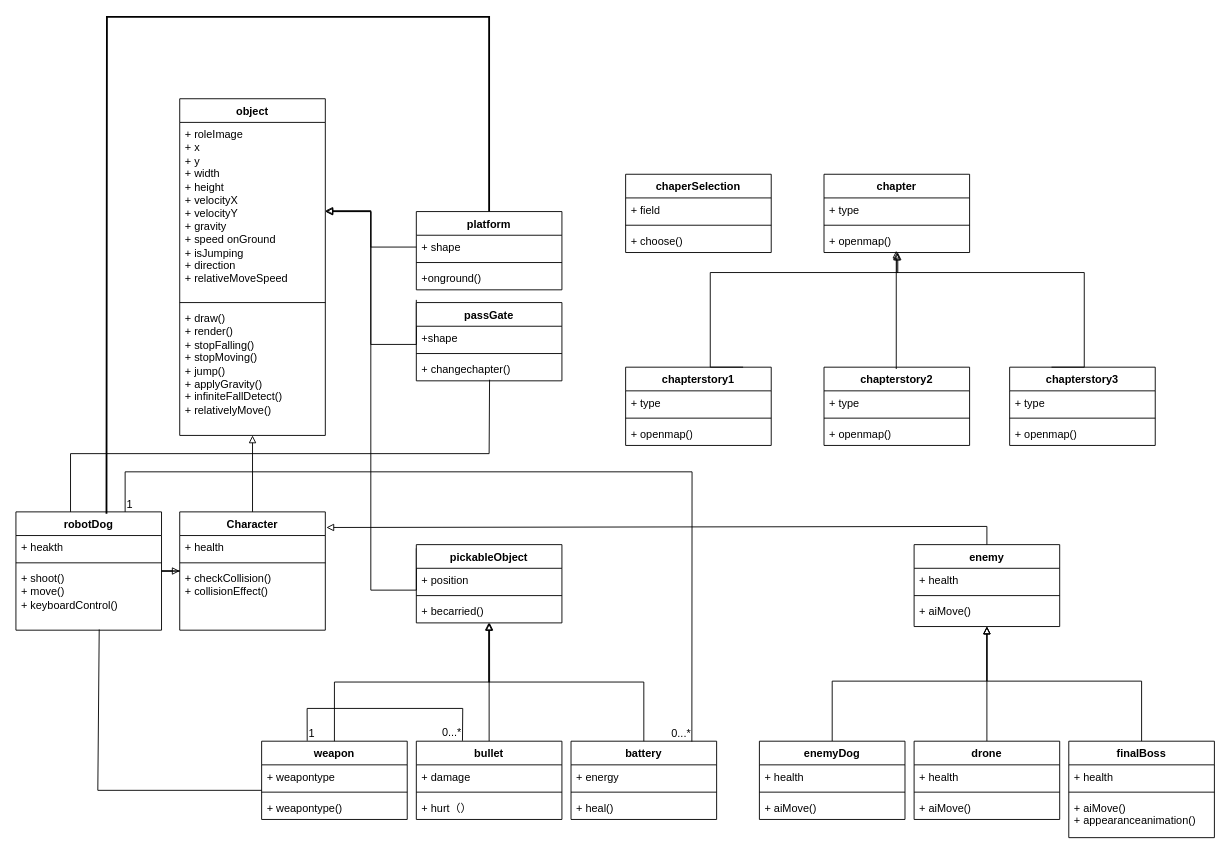
Above: miscellaneous/UML.drawio in UoB-COMSM0166/2025-group-8 (draw.io), before the change. Source tidied: cells renumbered, new cells numbered last; positions are measured from the earlier drawing's top-left corner, leaving out a move shared by most shapes. Both pictures are drawn from the tidied source at 91%, with x=0, y=0 at pixel (15, 16).
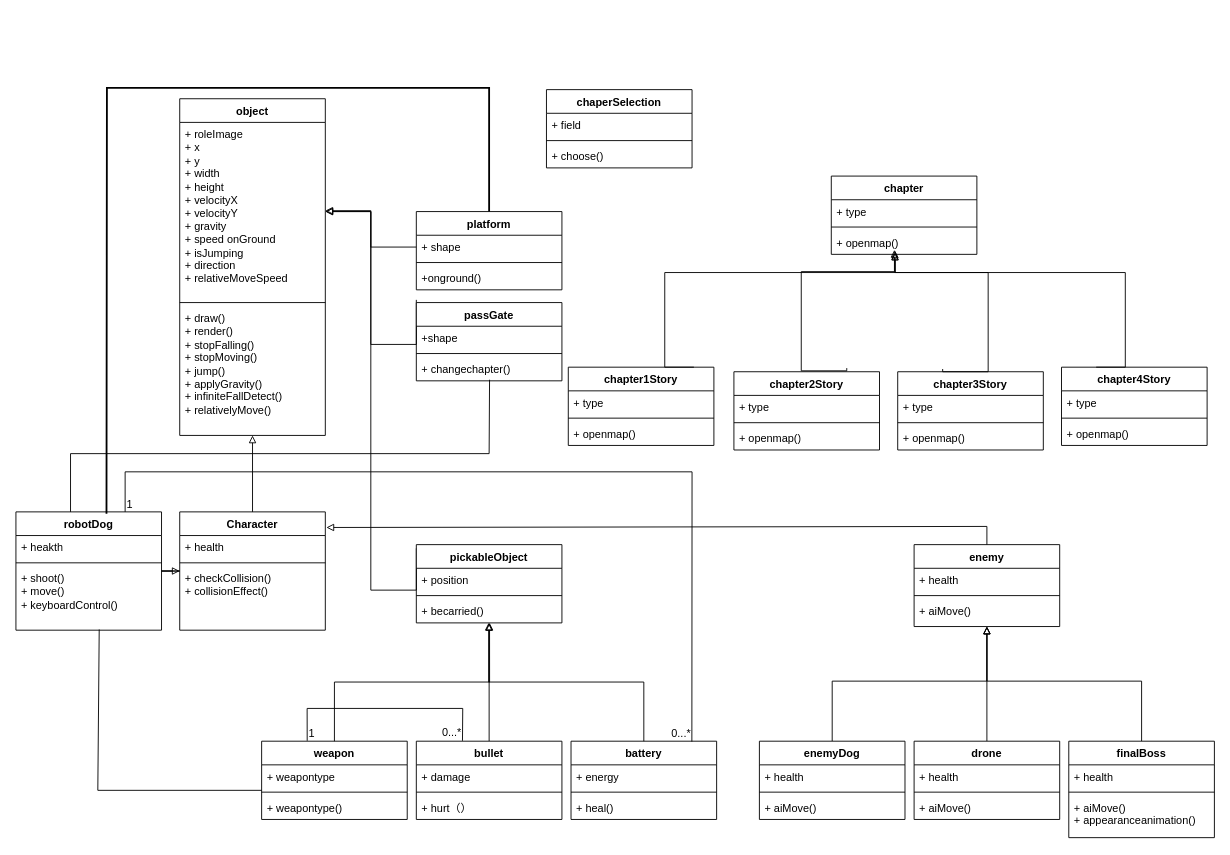
The same diagram, later.

Unchanged cells that the change refers to:
```xml
<mxCell id="2" value="object" style="swimlane;fontStyle=1;align=center;verticalAlign=top;horizontal=1;startSize=26;whiteSpace=wrap;html=1;" parent="1" vertex="1">
  <mxGeometry x="180" y="90" width="160" height="370" as="geometry" />
</mxCell>
<mxCell id="16" value="robotDog" style="swimlane;fontStyle=1;align=center;verticalAlign=top;horizontal=1;startSize=26;whiteSpace=wrap;html=1;" parent="1" vertex="1">
  <mxGeometry y="544" width="160" height="130" as="geometry" />
</mxCell>
<mxCell id="43" value="platform" style="swimlane;fontStyle=1;align=center;verticalAlign=top;horizontal=1;startSize=26;whiteSpace=wrap;html=1;" parent="1" vertex="1">
  <mxGeometry x="440" y="214" width="160" height="86" as="geometry" />
</mxCell>
```

Diff of the diagram source:
```diff
@@
-    <mxCell id="3" value="+ roleImage&lt;div&gt;&lt;span style=&quot;background-color: transparent; color: light-dark(rgb(0, 0, 0), rgb(255, 255, 255));&quot;&gt;+ x&lt;/span&gt;&lt;/div&gt;&lt;div&gt;&lt;span style=&quot;background-color: transparent; color: light-dark(rgb(0, 0, 0), rgb(255, 255, 255));&quot;&gt;+ y&lt;/span&gt;&lt;/div&gt;&lt;div&gt;&lt;span style=&quot;background-color: transparent; color: light-dark(rgb(0, 0, 0), rgb(255, 255, 255));&quot;&gt;+ width&lt;/span&gt;&lt;/div&gt;&lt;div&gt;&lt;span style=&quot;background-color: transparent; color: light-dark(rgb(0, 0, 0), rgb(255, 255, 255));&quot;&gt;+ height&lt;/span&gt;&lt;/div&gt;&lt;div&gt;&lt;span style=&quot;background-color: transparent; color: light-dark(rgb(0, 0, 0), rgb(255, 255, 255));&quot;&gt;+ velocityX&lt;/span&gt;&lt;/div&gt;&lt;div&gt;&lt;span style=&quot;background-color: transparent; color: light-dark(rgb(0, 0, 0), rgb(255, 255, 255));&quot;&gt;+ velocityY&lt;/span&gt;&lt;/div&gt;&lt;div&gt;&lt;span style=&quot;background-color: transparent; color: light-dark(rgb(0, 0, 0), rgb(255, 255, 255));&quot;&gt;+ gravity&lt;/span&gt;&lt;/div&gt;&lt;div&gt;&lt;span style=&quot;background-color: transparent; color: light-dark(rgb(0, 0, 0), rgb(255, 255, 255));&quot;&gt;+ speed onGround&lt;/span&gt;&lt;/div&gt;&lt;div&gt;&lt;span style=&quot;background-color: transparent; color: light-dark(rgb(0, 0, 0), rgb(255, 255, 255));&quot;&gt;+ isJumping&lt;/span&gt;&lt;/div&gt;&lt;div&gt;&lt;span style=&quot;background-color: transparent; color: light-dark(rgb(0, 0, 0), rgb(255, 255, 255));&quot;&gt;+ direction&lt;/span&gt;&lt;/div&gt;&lt;div&gt;&lt;span style=&quot;background-color: transparent; color: light-dark(rgb(0, 0, 0), rgb(255, 255, 255));&quot;&gt;+ relativeMoveSpeed&lt;/span&gt;&lt;/div&gt;" style="text;strokeColor=none;fillColor=none;align=left;verticalAlign=top;spacingLeft=4;spacingRight=4;overflow=hidden;points=[[0,0.5],[1,0.5]];portConstraint=eastwest;whiteSpace=wrap;html=1;" parent="2" vertex="1">
+    <mxCell id="3" value="+ roleImage&lt;div&gt;&lt;span style=&quot;background-color: transparent; color: light-dark(rgb(0, 0, 0), rgb(255, 255, 255));&quot;&gt;+ x&lt;/span&gt;&lt;/div&gt;&lt;div&gt;&lt;span style=&quot;background-color: transparent; color: light-dark(rgb(0, 0, 0), rgb(255, 255, 255));&quot;&gt;+ y&lt;/span&gt;&lt;/div&gt;&lt;div&gt;&lt;span style=&quot;background-color: transparent; color: light-dark(rgb(0, 0, 0), rgb(255, 255, 255));&quot;&gt;+ width&lt;/span&gt;&lt;/div&gt;&lt;div&gt;&lt;span style=&quot;background-color: transparent; color: light-dark(rgb(0, 0, 0), rgb(255, 255, 255));&quot;&gt;+ height&lt;/span&gt;&lt;/div&gt;&lt;div&gt;&lt;span style=&quot;background-color: transparent; color: light-dark(rgb(0, 0, 0), rgb(255, 255, 255));&quot;&gt;+ velocityX&lt;/span&gt;&lt;/div&gt;&lt;div&gt;&lt;span style=&quot;background-color: transparent; color: light-dark(rgb(0, 0, 0), rgb(255, 255, 255));&quot;&gt;+ velocityY&lt;/span&gt;&lt;/div&gt;&lt;div&gt;&lt;span style=&quot;background-color: transparent; color: light-dark(rgb(0, 0, 0), rgb(255, 255, 255));&quot;&gt;+ gravity&lt;/span&gt;&lt;/div&gt;&lt;div&gt;&lt;span style=&quot;background-color: transparent; color: light-dark(rgb(0, 0, 0), rgb(255, 255, 255));&quot;&gt;+ speed onGround&lt;/span&gt;&lt;/div&gt;&lt;div&gt;&lt;span style=&quot;background-color: transparent; color: light-dark(rgb(0, 0, 0), rgb(255, 255, 255));&quot;&gt;+ isJumping&lt;/span&gt;&lt;/div&gt;&lt;div&gt;&lt;span style=&quot;background-color: transparent; color: light-dark(rgb(0, 0, 0), rgb(255, 255, 255));&quot;&gt;+ direction&lt;/span&gt;&lt;/div&gt;&lt;div&gt;&lt;span style=&quot;background-color: transparent; color: light-dark(rgb(0, 0, 0), rgb(255, 255, 255));&quot;&gt;+ relativeMoveSpeed&lt;/span&gt;&lt;/div&gt;" style="text;strokeColor=none;fillColor=none;align=left;verticalAlign=top;spacingLeft=4;spacingRight=4;overflow=hidden;points=[[0,0.5],[1,0.5]];portConstraint=eastwest;whiteSpace=wrap;html=1;fontSize=12;" parent="2" vertex="1">
       <mxGeometry y="26" width="160" height="194" as="geometry" />
     </mxCell>
@@
     <mxCell id="64" value="chaperSelection" style="swimlane;fontStyle=1;align=center;verticalAlign=top;horizontal=1;startSize=26;whiteSpace=wrap;html=1;" parent="1" vertex="1">
-      <mxGeometry x="670" y="173" width="160" height="86" as="geometry" />
+      <mxGeometry x="583" y="80" width="160" height="86" as="geometry" />
     </mxCell>
@@
     <mxCell id="70" style="endArrow=none;html=1;rounded=0;strokeWidth=2;entryX=0.5;entryY=0;entryDx=0;entryDy=0;exitX=0.622;exitY=0.015;exitDx=0;exitDy=0;exitPerimeter=0;" parent="1" edge="1" source="16" target="43">
       <mxGeometry relative="1" as="geometry">
         <Array as="points">
-          <mxPoint x="100" />
-          <mxPoint x="520" />
+          <mxPoint x="100" y="78" />
+          <mxPoint x="520" y="78" />
         </Array>
       </mxGeometry>
     </mxCell>
@@
     <mxCell id="79" value="chapter" style="swimlane;fontStyle=1;align=center;verticalAlign=top;horizontal=1;startSize=26;whiteSpace=wrap;html=1;" parent="1" vertex="1">
-      <mxGeometry x="888" y="173" width="160" height="86" as="geometry" />
+      <mxGeometry x="896" y="175" width="160" height="86" as="geometry" />
     </mxCell>
@@
-    <mxCell id="83" value="chapterstory2" style="swimlane;fontStyle=1;align=center;verticalAlign=top;horizontal=1;startSize=26;whiteSpace=wrap;html=1;" parent="1" vertex="1">
-      <mxGeometry x="888" y="385" width="160" height="86" as="geometry" />
+    <mxCell id="83" value="chapter2Story" style="swimlane;fontStyle=1;align=center;verticalAlign=top;horizontal=1;startSize=26;whiteSpace=wrap;html=1;" parent="1" vertex="1">
+      <mxGeometry x="789" y="390" width="160" height="86" as="geometry" />
     </mxCell>
@@
-    <mxCell id="87" value="chapterstory3" style="swimlane;fontStyle=1;align=center;verticalAlign=top;horizontal=1;startSize=26;whiteSpace=wrap;html=1;" parent="1" vertex="1">
-      <mxGeometry x="1092" y="385" width="160" height="86" as="geometry" />
+    <mxCell id="87" value="chapter3Story" style="swimlane;fontStyle=1;align=center;verticalAlign=top;horizontal=1;startSize=26;whiteSpace=wrap;html=1;" parent="1" vertex="1">
+      <mxGeometry x="969" y="390" width="160" height="86" as="geometry" />
     </mxCell>
@@
-    <mxCell id="91" value="chapterstory1" style="swimlane;fontStyle=1;align=center;verticalAlign=top;horizontal=1;startSize=26;whiteSpace=wrap;html=1;" parent="1" vertex="1">
-      <mxGeometry x="670" y="385" width="160" height="86" as="geometry" />
+    <mxCell id="91" value="chapter1Story" style="swimlane;fontStyle=1;align=center;verticalAlign=top;horizontal=1;startSize=26;whiteSpace=wrap;html=1;" parent="1" vertex="1">
+      <mxGeometry x="607" y="385" width="160" height="86" as="geometry" />
     </mxCell>
@@
-    <mxCell id="95" style="edgeStyle=orthogonalEdgeStyle;rounded=0;orthogonalLoop=1;jettySize=auto;html=1;endArrow=block;endFill=0;" parent="1" edge="1">
-      <mxGeometry relative="1" as="geometry">
-        <mxPoint x="1138" y="385" as="sourcePoint" />
-        <mxPoint x="968" y="259" as="targetPoint" />
-        <Array as="points">
-          <mxPoint x="1174" y="385" />
-          <mxPoint x="1174" y="281" />
-          <mxPoint x="968" y="281" />
-        </Array>
-      </mxGeometry>
-    </mxCell>
     <mxCell id="96" style="edgeStyle=orthogonalEdgeStyle;rounded=0;orthogonalLoop=1;jettySize=auto;html=1;endArrow=block;endFill=0;" parent="1" edge="1">
       <mxGeometry relative="1" as="geometry">
-        <mxPoint x="799.1" y="385" as="sourcePoint" />
-        <mxPoint x="969.1" y="259" as="targetPoint" />
+        <mxPoint x="745" y="385" as="sourcePoint" />
+        <mxPoint x="966.1" y="259" as="targetPoint" />
         <Array as="points">
-          <mxPoint x="763" y="385" />
-          <mxPoint x="763" y="281" />
-          <mxPoint x="969" y="281" />
+          <mxPoint x="713" y="385" />
+          <mxPoint x="713" y="281" />
+          <mxPoint x="966" y="281" />
         </Array>
       </mxGeometry>
     </mxCell>
-    <mxCell id="97" style="edgeStyle=orthogonalEdgeStyle;rounded=0;orthogonalLoop=1;jettySize=auto;html=1;exitX=0.5;exitY=0;exitDx=0;exitDy=0;endArrow=block;endFill=0;" parent="1" edge="1">
+    <mxCell id="97" style="edgeStyle=orthogonalEdgeStyle;rounded=0;orthogonalLoop=1;jettySize=auto;html=1;endArrow=block;endFill=0;" parent="1" edge="1">
       <mxGeometry relative="1" as="geometry">
-        <mxPoint x="967.4" y="387" as="sourcePoint" />
-        <mxPoint x="967.4" y="257" as="targetPoint" />
+        <mxPoint x="913" y="386" as="sourcePoint" />
+        <mxPoint x="965.4" y="256" as="targetPoint" />
+        <Array as="points">
+          <mxPoint x="913" y="389" />
+          <mxPoint x="863" y="389" />
+          <mxPoint x="863" y="280" />
+          <mxPoint x="965" y="280" />
+        </Array>
       </mxGeometry>
     </mxCell>
+    <mxCell id="98" value="chapter4Story" style="swimlane;fontStyle=1;align=center;verticalAlign=top;horizontal=1;startSize=26;whiteSpace=wrap;html=1;" parent="1" vertex="1">
+      <mxGeometry x="1149" y="385" width="160" height="86" as="geometry" />
+    </mxCell>
+    <mxCell id="99" value="+ type" style="text;strokeColor=none;fillColor=none;align=left;verticalAlign=top;spacingLeft=4;spacingRight=4;overflow=hidden;whiteSpace=wrap;html=1;" parent="98" vertex="1">
+      <mxGeometry y="26" width="160" height="26" as="geometry" />
+    </mxCell>
+    <mxCell id="100" style="line;strokeWidth=1;fillColor=none;align=left;verticalAlign=middle;spacingTop=-1;spacingLeft=3;spacingRight=3;labelPosition=right;strokeColor=inherit;" parent="98" vertex="1">
+      <mxGeometry y="52" width="160" height="8" as="geometry" />
+    </mxCell>
+    <mxCell id="101" value="+ openmap()" style="text;strokeColor=none;fillColor=none;align=left;verticalAlign=top;spacingLeft=4;spacingRight=4;overflow=hidden;whiteSpace=wrap;html=1;" parent="98" vertex="1">
+      <mxGeometry y="60" width="160" height="26" as="geometry" />
+    </mxCell>
+    <mxCell id="102" style="edgeStyle=orthogonalEdgeStyle;rounded=0;orthogonalLoop=1;jettySize=auto;html=1;endArrow=block;endFill=0;" parent="1" edge="1">
+      <mxGeometry relative="1" as="geometry">
+        <mxPoint x="1187.1" y="385" as="sourcePoint" />
+        <mxPoint x="966" y="259" as="targetPoint" />
+        <Array as="points">
+          <mxPoint x="1219.1" y="385" />
+          <mxPoint x="1219.1" y="281" />
+          <mxPoint x="966.1" y="281" />
+        </Array>
+      </mxGeometry>
+    </mxCell>
+    <mxCell id="103" style="edgeStyle=orthogonalEdgeStyle;rounded=0;orthogonalLoop=1;jettySize=auto;html=1;endArrow=block;endFill=0;" parent="1" edge="1">
+      <mxGeometry relative="1" as="geometry">
+        <mxPoint x="1018.4" y="387" as="sourcePoint" />
+        <mxPoint x="966" y="257" as="targetPoint" />
+        <Array as="points">
+          <mxPoint x="1018.4" y="390" />
+          <mxPoint x="1068.4" y="390" />
+          <mxPoint x="1068.4" y="281" />
+          <mxPoint x="966.4" y="281" />
+        </Array>
+      </mxGeometry>
+    </mxCell>
```
